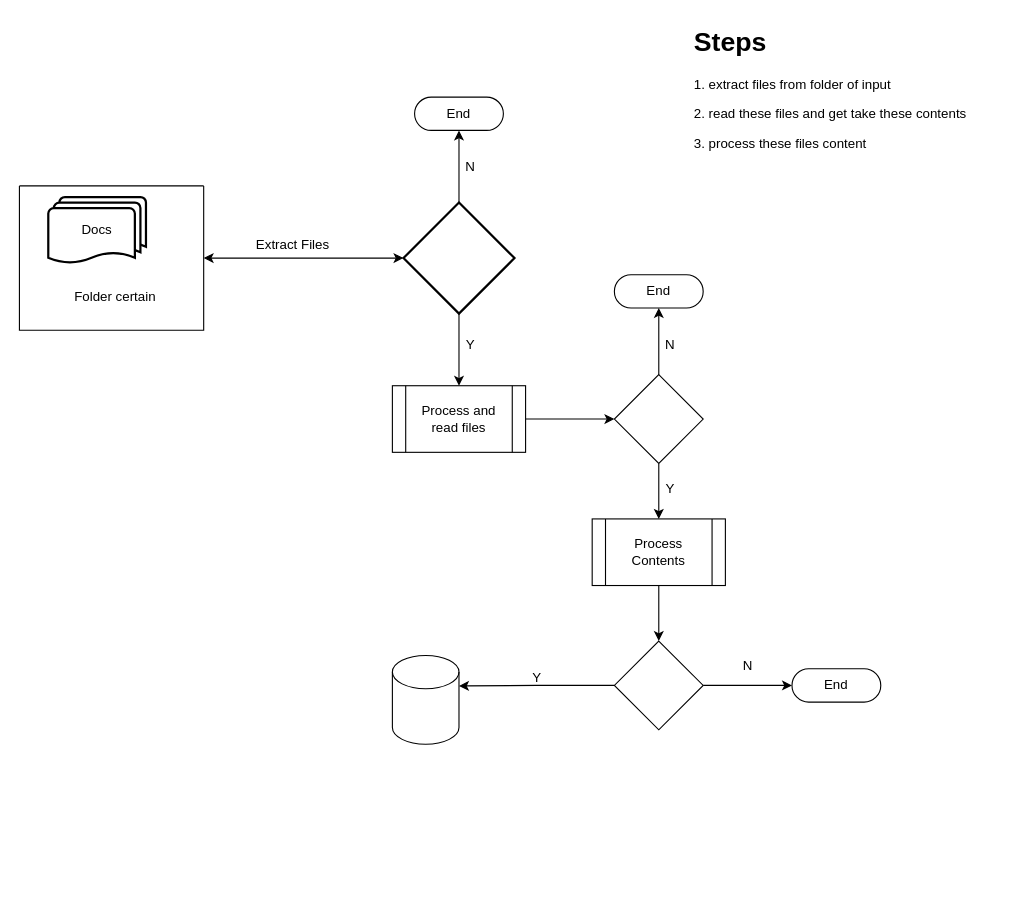
This is BT.drawio from manulife-Yudong/js-data-anonymizer, a draw.io file, before an edit. Source tidied: cells renumbered, new cells numbered last; positions are measured from the earlier drawing's top-left corner, leaving out a move shared by most shapes. Both pictures are drawn from the tidied source at 111%, with x=0, y=0 at pixel (19, 19).
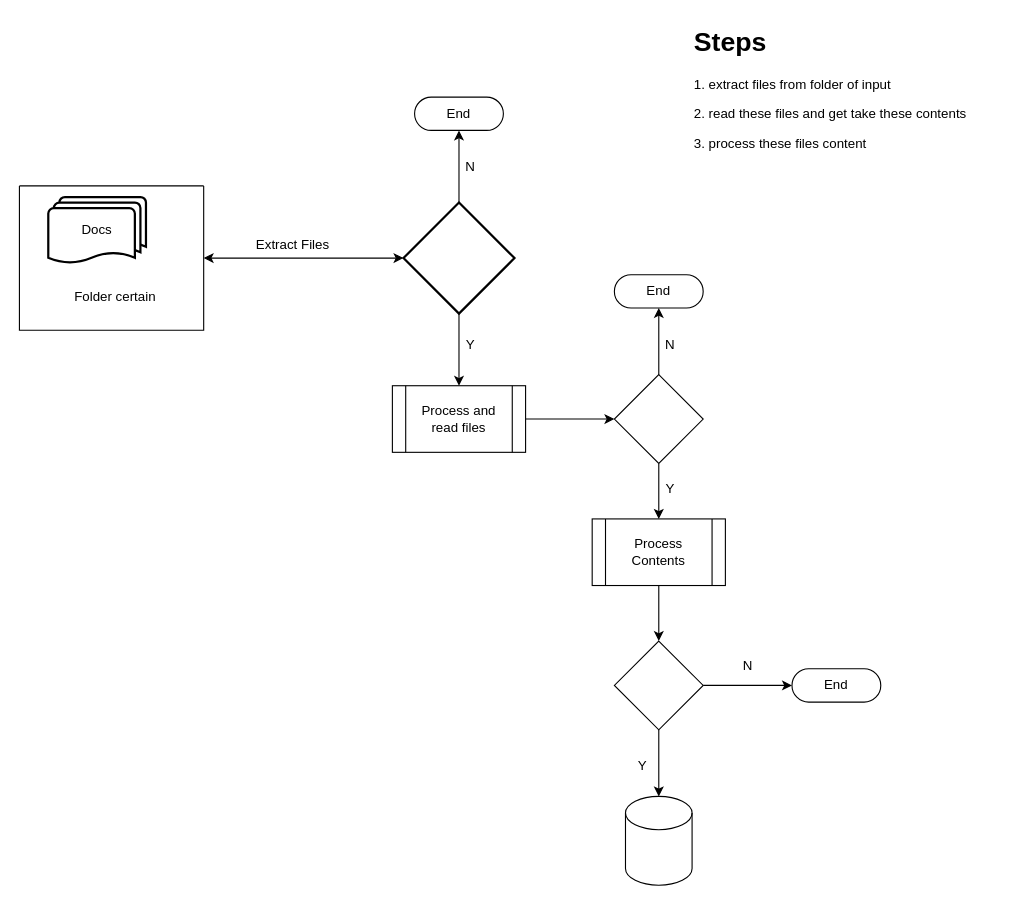
Above is the later version.

The change refers to these unchanged cells:
```xml
<mxCell id="27" style="rhombus;whiteSpace=wrap;html=1;" parent="1" vertex="1">
  <mxGeometry x="536" y="560" width="80" height="80" as="geometry" />
</mxCell>
```

The edit, as a diff of the source:
```diff
@@
     <mxCell id="16" style="shape=cylinder3;whiteSpace=wrap;html=1;boundedLbl=1;backgroundOutline=1;size=15;" parent="1" vertex="1">
-      <mxGeometry x="336" y="573" width="60" height="80" as="geometry" />
+      <mxGeometry x="546" y="700" width="60" height="80" as="geometry" />
     </mxCell>
@@
-    <mxCell id="26" style="edgeStyle=orthogonalEdgeStyle;rounded=0;jettySize=auto;html=1;entryX=1;entryY=0;entryDx=0;entryDy=27.5;entryPerimeter=0;" parent="1" edge="1" source="27" target="16">
+    <mxCell id="26" style="edgeStyle=orthogonalEdgeStyle;rounded=0;jettySize=auto;html=1;" parent="1" edge="1" source="27" target="16">
       <mxGeometry relative="1" as="geometry" />
     </mxCell>
@@
     <mxCell id="30" value="Y" style="text;html=1;align=center;verticalAlign=middle;strokeColor=none;fillColor=none;" parent="1" vertex="1">
-      <mxGeometry x="451" y="578" width="30" height="30" as="geometry" />
+      <mxGeometry x="546" y="658" width="30" height="30" as="geometry" />
     </mxCell>
```
